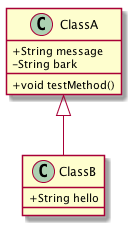
This is java-uml-parser/src/main/resources/output.png from kanghuawu/JavaUML_Parser, a PlantUML export, as it was before one commit.
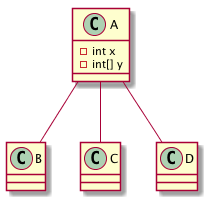
The same file after the commit.

Diff of the diagram source:
```diff
@@ -1,10 +1,11 @@
 @startuml
-class ClassA
-ClassA : + String message
-ClassA : - String bark
-ClassA : + void testMethod()
-ClassA <|-- ClassB
-class ClassB
-ClassB : + String hello
-skinparam classAttributeIconSize 0
+class A
+A : - int x
+A : - int[] y
+class B
+class C
+class D
+A -- B
+A -- C
+A -- D
 @enduml
```
